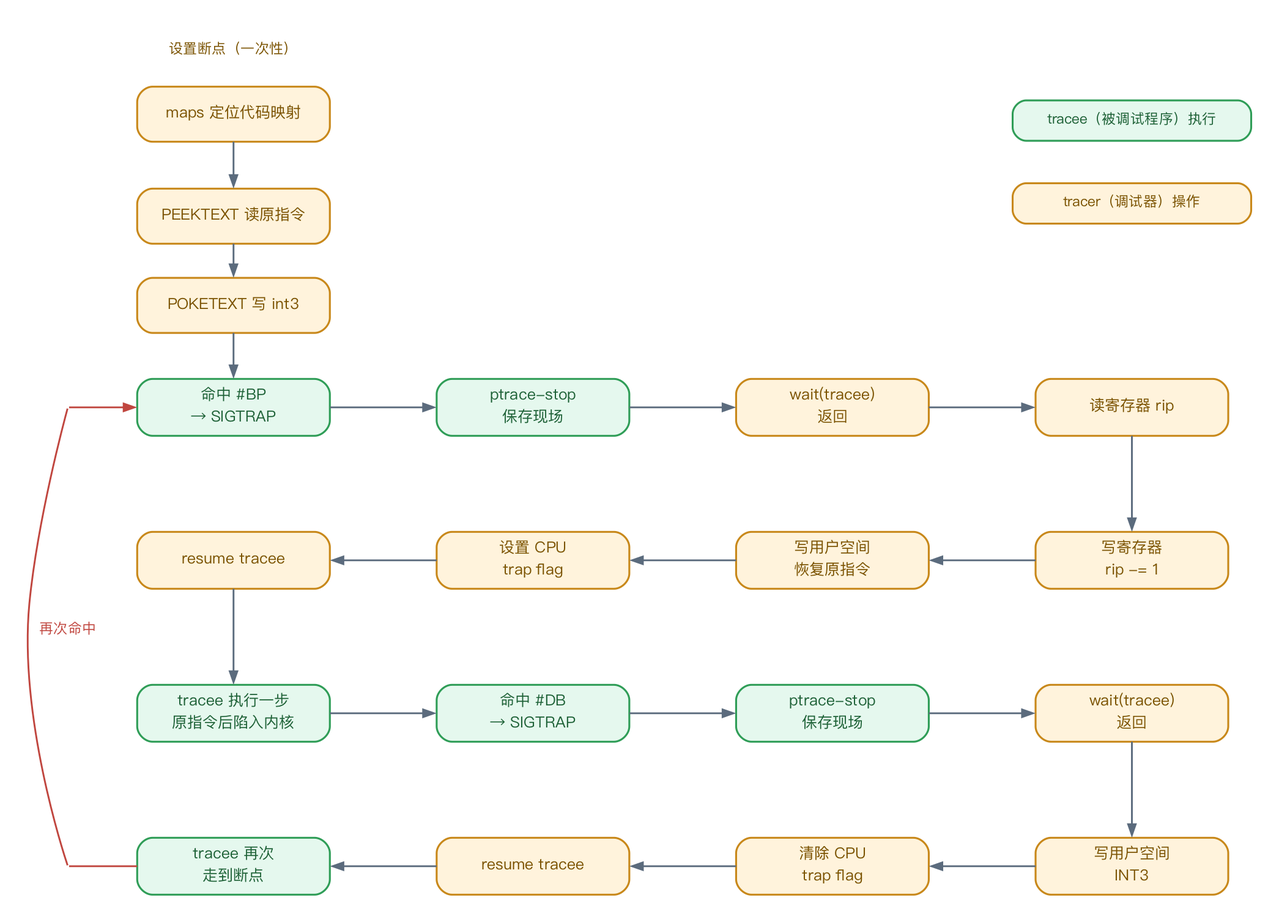
Earlier version of the Graphviz export research_practice/assets/09_breakpoint_loop.png (vvvvsv/asterinas). Its source is kept beside it as research_practice/assets/09_breakpoint_loop.dot.
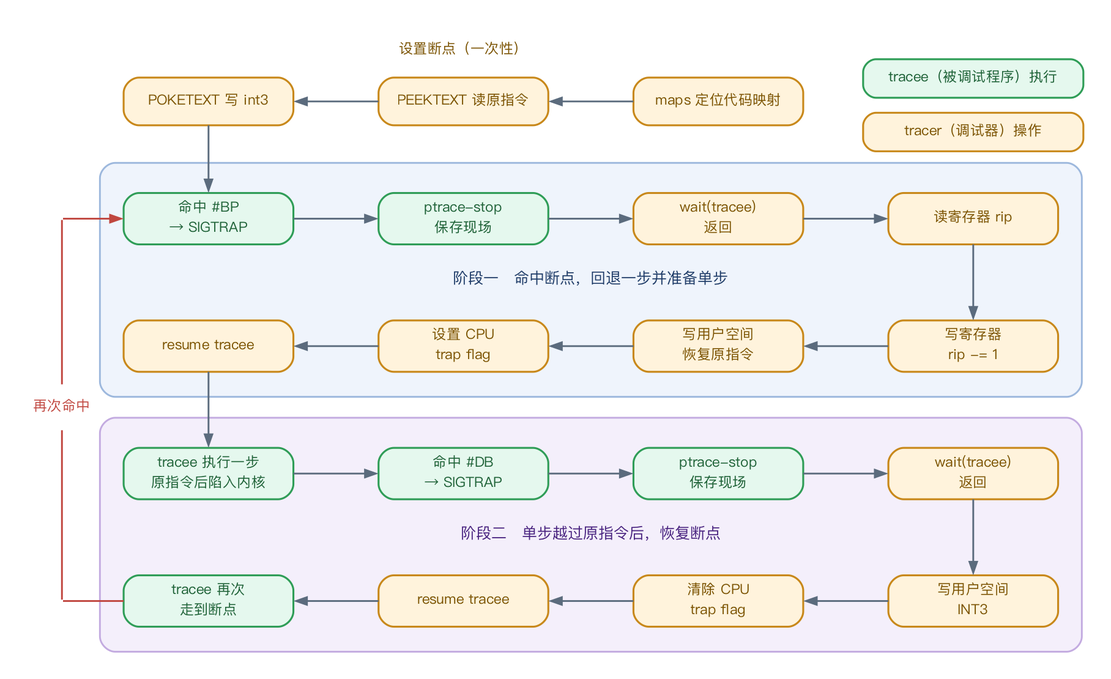
The same diagram one commit later.

Change to the diagram source:
```diff
@@ -1,31 +1,35 @@
 digraph G {
   graph [fontname="PingFang SC", bgcolor="white", pad="0.3", splines=true];
-  node [fontname="PingFang SC", shape=box, style="rounded,filled", penwidth=1.5, margin="0.1,0.06", fontsize=12];
+  node [fontname="PingFang SC", shape=box, style="rounded,filled", penwidth=1.5, margin="0.1,0.06", fontsize=11];
   edge [fontname="PingFang SC", color="#5b6b7d", penwidth=1.4, arrowsize=0.85, fontsize=11];
-  b1 [label="命中 #BP\n→ SIGTRAP", fillcolor="#E5F8EE", color="#2F9D57", fontcolor="#1c6035", pos="0,360", width="2.1", height="0.62", fixedsize="true"];
-  b2 [label="ptrace-stop\n保存现场", fillcolor="#E5F8EE", color="#2F9D57", fontcolor="#1c6035", pos="235,360", width="2.1", height="0.62", fixedsize="true"];
-  b3 [label="wait(tracee)\n返回", fillcolor="#FFF3DC", color="#C8881A", fontcolor="#7a5200", pos="470,360", width="2.1", height="0.62", fixedsize="true"];
-  b4 [label="读寄存器 rip", fillcolor="#FFF3DC", color="#C8881A", fontcolor="#7a5200", pos="705,360", width="2.1", height="0.62", fixedsize="true"];
-  b5 [label="写寄存器\nrip -= 1", fillcolor="#FFF3DC", color="#C8881A", fontcolor="#7a5200", pos="705,240", width="2.1", height="0.62", fixedsize="true"];
-  b6 [label="写用户空间\n恢复原指令", fillcolor="#FFF3DC", color="#C8881A", fontcolor="#7a5200", pos="470,240", width="2.1", height="0.62", fixedsize="true"];
-  b7 [label="设置 CPU\ntrap flag", fillcolor="#FFF3DC", color="#C8881A", fontcolor="#7a5200", pos="235,240", width="2.1", height="0.62", fixedsize="true"];
-  b8 [label="resume tracee", fillcolor="#FFF3DC", color="#C8881A", fontcolor="#7a5200", pos="0,240", width="2.1", height="0.62", fixedsize="true"];
-  b9 [label="tracee 执行一步\n原指令后陷入内核", fillcolor="#E5F8EE", color="#2F9D57", fontcolor="#1c6035", pos="0,120", width="2.1", height="0.62", fixedsize="true"];
-  b10 [label="命中 #DB\n→ SIGTRAP", fillcolor="#E5F8EE", color="#2F9D57", fontcolor="#1c6035", pos="235,120", width="2.1", height="0.62", fixedsize="true"];
-  b11 [label="ptrace-stop\n保存现场", fillcolor="#E5F8EE", color="#2F9D57", fontcolor="#1c6035", pos="470,120", width="2.1", height="0.62", fixedsize="true"];
-  b12 [label="wait(tracee)\n返回", fillcolor="#FFF3DC", color="#C8881A", fontcolor="#7a5200", pos="705,120", width="2.1", height="0.62", fixedsize="true"];
-  b13 [label="写用户空间\nINT3", fillcolor="#FFF3DC", color="#C8881A", fontcolor="#7a5200", pos="705,0", width="2.1", height="0.62", fixedsize="true"];
-  b14 [label="清除 CPU\ntrap flag", fillcolor="#FFF3DC", color="#C8881A", fontcolor="#7a5200", pos="470,0", width="2.1", height="0.62", fixedsize="true"];
-  b15 [label="resume tracee", fillcolor="#FFF3DC", color="#C8881A", fontcolor="#7a5200", pos="235,0", width="2.1", height="0.62", fixedsize="true"];
-  b16 [label="tracee 再次\n走到断点", fillcolor="#E5F8EE", color="#2F9D57", fontcolor="#1c6035", pos="0,0", width="2.1", height="0.62", fixedsize="true"];
-  s1 [label="maps 定位代码映射", fillcolor="#FFF3DC", color="#C8881A", fontcolor="#7a5200", pos="0,590", width="2.1", height="0.6", fixedsize="true"];
-  s2 [label="PEEKTEXT 读原指令", fillcolor="#FFF3DC", color="#C8881A", fontcolor="#7a5200", pos="0,510", width="2.1", height="0.6", fixedsize="true"];
-  s3 [label="POKETEXT 写 int3", fillcolor="#FFF3DC", color="#C8881A", fontcolor="#7a5200", pos="0,440", width="2.1", height="0.6", fixedsize="true"];
-  s_hdr [shape=box, style="filled", fillcolor="white", color="white", penwidth=0, margin="0.03,0.01", fontsize=11, fontcolor="#7a5200", pos="0,640", label="设置断点（一次性）"];
-  leg_t [label="tracee（被调试程序）执行", fillcolor="#E5F8EE", color="#2F9D57", fontcolor="#1c6035", pos="705,585", width="2.6", height="0.44", fixedsize="true", fontsize="11"];
-  leg_r [label="tracer（调试器）操作", fillcolor="#FFF3DC", color="#C8881A", fontcolor="#7a5200", pos="705,520", width="2.6", height="0.44", fixedsize="true", fontsize="11"];
-  s1:s -> s2:n [color="#5b6b7d"];
-  s2:s -> s3:n [color="#5b6b7d"];
+  bandA [label="", shape=box, style="rounded,filled", fillcolor="#EFF4FC", color="#9DB8DD", penwidth=1.4, fixedsize=true, width="10.7", height="2.55", pos="300,252"];
+  bandB [label="", shape=box, style="rounded,filled", fillcolor="#F4EFFB", color="#C3ABE0", penwidth=1.4, fixedsize=true, width="10.7", height="2.55", pos="300,52"];
+  ptitleA [shape=plaintext, style="filled", fillcolor="#EFF4FC", fontname="PingFang SC", fontcolor="#1d3a66", fontsize="12", label="阶段一　命中断点，回退一步并准备单步", pos="300,252"];
+  ptitleB [shape=plaintext, style="filled", fillcolor="#F4EFFB", fontname="PingFang SC", fontcolor="#48227f", fontsize="12", label="阶段二　单步越过原指令后，恢复断点", pos="300,52"];
+  b1 [label="命中 #BP\n→ SIGTRAP", fillcolor="#E5F8EE", color="#2F9D57", fontcolor="#1c6035", pos="0,300", width="1.85", height="0.56", fixedsize="true"];
+  b2 [label="ptrace-stop\n保存现场", fillcolor="#E5F8EE", color="#2F9D57", fontcolor="#1c6035", pos="200,300", width="1.85", height="0.56", fixedsize="true"];
+  b3 [label="wait(tracee)\n返回", fillcolor="#FFF3DC", color="#C8881A", fontcolor="#7a5200", pos="400,300", width="1.85", height="0.56", fixedsize="true"];
+  b4 [label="读寄存器 rip", fillcolor="#FFF3DC", color="#C8881A", fontcolor="#7a5200", pos="600,300", width="1.85", height="0.56", fixedsize="true"];
+  b5 [label="写寄存器\nrip -= 1", fillcolor="#FFF3DC", color="#C8881A", fontcolor="#7a5200", pos="600,200", width="1.85", height="0.56", fixedsize="true"];
+  b6 [label="写用户空间\n恢复原指令", fillcolor="#FFF3DC", color="#C8881A", fontcolor="#7a5200", pos="400,200", width="1.85", height="0.56", fixedsize="true"];
+  b7 [label="设置 CPU\ntrap flag", fillcolor="#FFF3DC", color="#C8881A", fontcolor="#7a5200", pos="200,200", width="1.85", height="0.56", fixedsize="true"];
+  b8 [label="resume tracee", fillcolor="#FFF3DC", color="#C8881A", fontcolor="#7a5200", pos="0,200", width="1.85", height="0.56", fixedsize="true"];
+  b9 [label="tracee 执行一步\n原指令后陷入内核", fillcolor="#E5F8EE", color="#2F9D57", fontcolor="#1c6035", pos="0,100", width="1.85", height="0.56", fixedsize="true"];
+  b10 [label="命中 #DB\n→ SIGTRAP", fillcolor="#E5F8EE", color="#2F9D57", fontcolor="#1c6035", pos="200,100", width="1.85", height="0.56", fixedsize="true"];
+  b11 [label="ptrace-stop\n保存现场", fillcolor="#E5F8EE", color="#2F9D57", fontcolor="#1c6035", pos="400,100", width="1.85", height="0.56", fixedsize="true"];
+  b12 [label="wait(tracee)\n返回", fillcolor="#FFF3DC", color="#C8881A", fontcolor="#7a5200", pos="600,100", width="1.85", height="0.56", fixedsize="true"];
+  b13 [label="写用户空间\nINT3", fillcolor="#FFF3DC", color="#C8881A", fontcolor="#7a5200", pos="600,0", width="1.85", height="0.56", fixedsize="true"];
+  b14 [label="清除 CPU\ntrap flag", fillcolor="#FFF3DC", color="#C8881A", fontcolor="#7a5200", pos="400,0", width="1.85", height="0.56", fixedsize="true"];
+  b15 [label="resume tracee", fillcolor="#FFF3DC", color="#C8881A", fontcolor="#7a5200", pos="200,0", width="1.85", height="0.56", fixedsize="true"];
+  b16 [label="tracee 再次\n走到断点", fillcolor="#E5F8EE", color="#2F9D57", fontcolor="#1c6035", pos="0,0", width="1.85", height="0.56", fixedsize="true"];
+  s1 [label="maps 定位代码映射", fillcolor="#FFF3DC", color="#C8881A", fontcolor="#7a5200", pos="400,392", width="1.85", height="0.52", fixedsize="true"];
+  s2 [label="PEEKTEXT 读原指令", fillcolor="#FFF3DC", color="#C8881A", fontcolor="#7a5200", pos="200,392", width="1.85", height="0.52", fixedsize="true"];
+  s3 [label="POKETEXT 写 int3", fillcolor="#FFF3DC", color="#C8881A", fontcolor="#7a5200", pos="0,392", width="1.85", height="0.52", fixedsize="true"];
+  s_hdr [shape=box, style="filled", fillcolor="white", color="white", penwidth=0, margin="0.03,0.01", fontsize=11, fontcolor="#7a5200", pos="200,432", label="设置断点（一次性）"];
+  leg_t [label="tracee（被调试程序）执行", fillcolor="#E5F8EE", color="#2F9D57", fontcolor="#1c6035", pos="600,410", width="2.4", height="0.42", fixedsize="true", fontsize="11"];
+  leg_r [label="tracer（调试器）操作", fillcolor="#FFF3DC", color="#C8881A", fontcolor="#7a5200", pos="600,368", width="2.4", height="0.42", fixedsize="true", fontsize="11"];
+  s1:w -> s2:e [color="#5b6b7d"];
+  s2:w -> s3:e [color="#5b6b7d"];
   s3:s -> b1:n [color="#5b6b7d"];
   b1:e -> b2:w [color="#5b6b7d"];
   b2:e -> b3:w [color="#5b6b7d"];
@@ -42,10 +46,10 @@
   b13:w -> b14:e [color="#5b6b7d"];
   b14:w -> b15:e [color="#5b6b7d"];
   b15:w -> b16:e [color="#5b6b7d"];
-  lb1 [shape=point, width=0.01, style=invis, pos="-130,0"];
-  lb2 [shape=point, width=0.01, style=invis, pos="-130,360"];
+  lb1 [shape=point, width=0.01, style=invis, pos="-115,0"];
+  lb2 [shape=point, width=0.01, style=invis, pos="-115,300"];
   b16:w -> lb1 [arrowhead=none, color="#C0463F"];
   lb1 -> lb2 [arrowhead=none, color="#C0463F"];
   lb2 -> b1:w [color="#C0463F"];
-  fb [shape=box, style="filled", fillcolor="white", color="white", penwidth=0, margin="0.03,0.01", fontsize=11, fontcolor="#C0463F", pos="-130,185", label="再次命中"];
+  fb [shape=box, style="filled", fillcolor="white", color="white", penwidth=0, margin="0.03,0.01", fontsize=11, fontcolor="#C0463F", pos="-115,152", label="再次命中"];
 }
```
